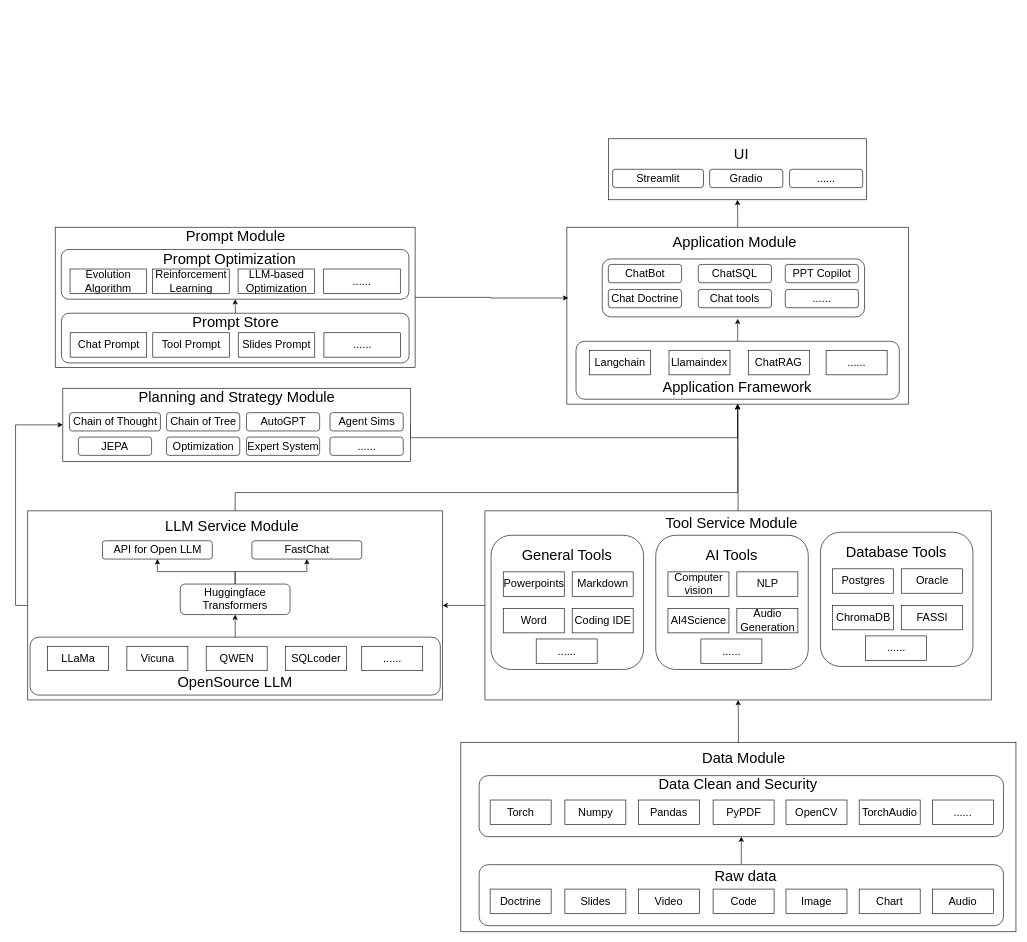
Before: Untitled Diagram.drawio in RalphKang/RalphKang.github.io, a draw.io diagram. Source tidied: cells renumbered, new cells numbered last; positions are measured from the earlier drawing's top-left corner, leaving out a move shared by most shapes. Both pictures are drawn from the tidied source at 61%, with x=0, y=0 at pixel (27, 138).
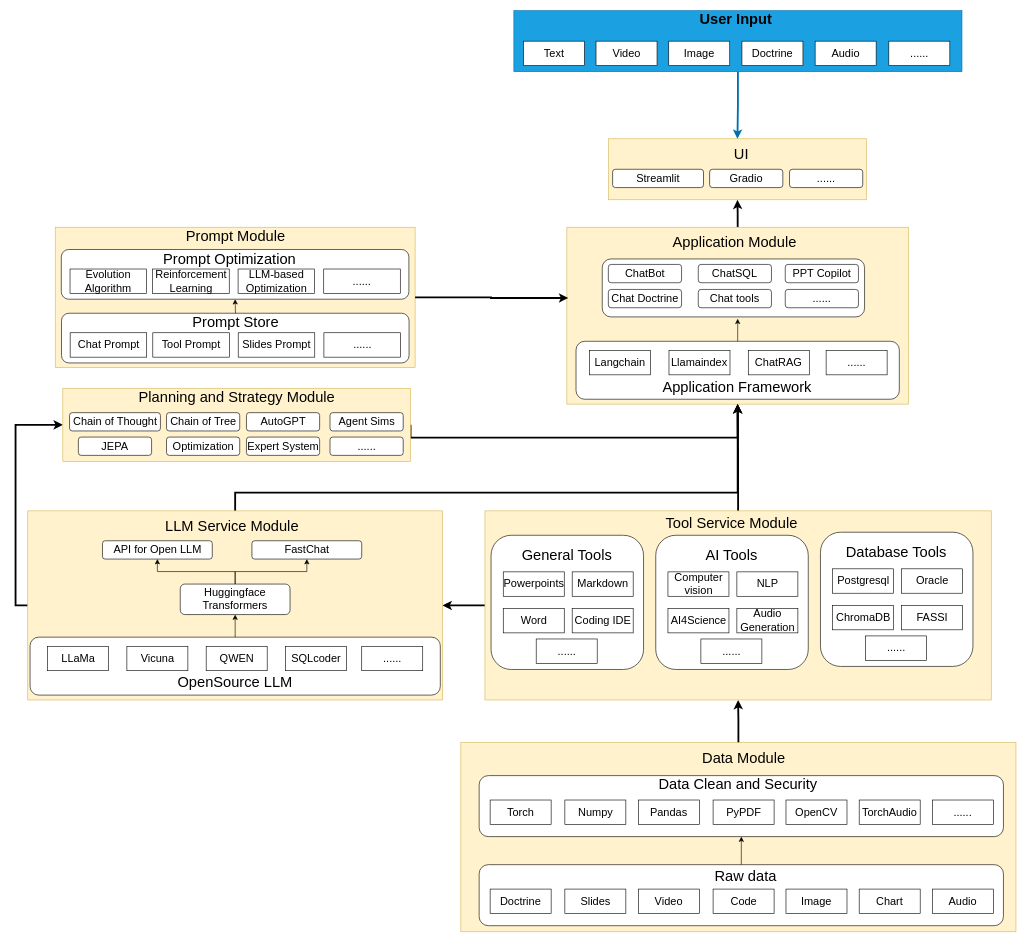
The same page after the edit.

The edit, as a diff of the source:
```diff
@@
+    <mxCell id="115" style="edgeStyle=orthogonalEdgeStyle;rounded=0;jettySize=auto;html=1;exitX=0.5;exitY=1;exitDx=0;exitDy=0;entryX=0.5;entryY=0;entryDx=0;entryDy=0;strokeWidth=3;fillColor=#1ba1e2;strokeColor=#006EAF;" parent="1" edge="1" source="116" target="96">
+      <mxGeometry relative="1" as="geometry" />
+    </mxCell>
+    <mxCell id="116" style="rounded=0;whiteSpace=wrap;html=1;fillColor=#1ba1e2;strokeColor=#006EAF;fontColor=#ffffff;" parent="1" vertex="1">
+      <mxGeometry x="796.9" y="-210" width="734.6" height="100" as="geometry" />
+    </mxCell>
-    <mxCell id="2" style="rounded=0;whiteSpace=wrap;html=1;" parent="1" vertex="1">
+    <mxCell id="2" style="rounded=0;whiteSpace=wrap;html=1;fillColor=#fff2cc;strokeColor=#d6b656;" parent="1" vertex="1">
       <mxGeometry x="45" y="145" width="590" height="230" as="geometry" />
     </mxCell>
@@
-    <mxCell id="4" style="edgeStyle=orthogonalEdgeStyle;rounded=0;jettySize=auto;html=1;exitX=0.5;exitY=0;exitDx=0;exitDy=0;" parent="1" edge="1" source="5" target="10">
+    <mxCell id="4" style="edgeStyle=orthogonalEdgeStyle;rounded=0;jettySize=auto;html=1;exitX=0.5;exitY=0;exitDx=0;exitDy=0;strokeWidth=3;" parent="1" edge="1" source="5" target="10">
       <mxGeometry relative="1" as="geometry" />
     </mxCell>
-    <mxCell id="5" style="rounded=0;whiteSpace=wrap;html=1;" parent="1" vertex="1">
+    <mxCell id="5" style="rounded=0;whiteSpace=wrap;html=1;fillColor=#fff2cc;strokeColor=#d6b656;" parent="1" vertex="1">
       <mxGeometry x="710" y="990" width="910" height="310" as="geometry" />
     </mxCell>
@@
-    <mxCell id="8" style="edgeStyle=orthogonalEdgeStyle;rounded=0;jettySize=auto;html=1;exitX=0;exitY=0.5;exitDx=0;exitDy=0;entryX=1;entryY=0.5;entryDx=0;entryDy=0;" parent="1" edge="1" source="10" target="17">
+    <mxCell id="8" style="edgeStyle=orthogonalEdgeStyle;rounded=0;jettySize=auto;html=1;exitX=0;exitY=0.5;exitDx=0;exitDy=0;entryX=1;entryY=0.5;entryDx=0;entryDy=0;strokeWidth=3;" parent="1" edge="1" source="10" target="17">
       <mxGeometry relative="1" as="geometry" />
     </mxCell>
-    <mxCell id="9" style="edgeStyle=orthogonalEdgeStyle;rounded=0;jettySize=auto;html=1;exitX=0.5;exitY=0;exitDx=0;exitDy=0;entryX=0.5;entryY=1;entryDx=0;entryDy=0;" parent="1" edge="1" source="10" target="13">
+    <mxCell id="9" style="edgeStyle=orthogonalEdgeStyle;rounded=0;jettySize=auto;html=1;exitX=0.5;exitY=0;exitDx=0;exitDy=0;entryX=0.5;entryY=1;entryDx=0;entryDy=0;strokeWidth=3;" parent="1" edge="1" source="10" target="13">
       <mxGeometry relative="1" as="geometry" />
     </mxCell>
-    <mxCell id="10" style="rounded=0;whiteSpace=wrap;html=1;" parent="1" vertex="1">
+    <mxCell id="10" style="rounded=0;whiteSpace=wrap;html=1;fillColor=#fff2cc;strokeColor=#d6b656;" parent="1" vertex="1">
       <mxGeometry x="749.5" y="610" width="830" height="310" as="geometry" />
     </mxCell>
@@
-    <mxCell id="12" style="edgeStyle=orthogonalEdgeStyle;rounded=0;jettySize=auto;html=1;exitX=0.5;exitY=0;exitDx=0;exitDy=0;" parent="1" edge="1" source="13" target="96">
+    <mxCell id="12" style="edgeStyle=orthogonalEdgeStyle;rounded=0;jettySize=auto;html=1;exitX=0.5;exitY=0;exitDx=0;exitDy=0;strokeWidth=3;" parent="1" edge="1" source="13" target="96">
       <mxGeometry relative="1" as="geometry" />
     </mxCell>
-    <mxCell id="13" style="rounded=0;whiteSpace=wrap;html=1;" parent="1" vertex="1">
+    <mxCell id="13" style="rounded=0;whiteSpace=wrap;html=1;fillColor=#fff2cc;strokeColor=#d6b656;" parent="1" vertex="1">
       <mxGeometry x="883.8" y="145" width="560" height="290" as="geometry" />
     </mxCell>
@@
-    <mxCell id="15" style="edgeStyle=orthogonalEdgeStyle;rounded=0;jettySize=auto;html=1;exitX=0.5;exitY=0;exitDx=0;exitDy=0;entryX=0.5;entryY=1;entryDx=0;entryDy=0;" parent="1" edge="1" source="17" target="13">
+    <mxCell id="15" style="edgeStyle=orthogonalEdgeStyle;rounded=0;jettySize=auto;html=1;exitX=0.5;exitY=0;exitDx=0;exitDy=0;entryX=0.5;entryY=1;entryDx=0;entryDy=0;strokeWidth=3;" parent="1" edge="1" source="17" target="13">
       <mxGeometry relative="1" as="geometry">
         <Array as="points">
           <mxPoint x="340" y="580" />
           <mxPoint x="1164" y="580" />
         </Array>
       </mxGeometry>
     </mxCell>
-    <mxCell id="16" style="edgeStyle=orthogonalEdgeStyle;rounded=0;jettySize=auto;html=1;exitX=0;exitY=0.5;exitDx=0;exitDy=0;entryX=0;entryY=0.5;entryDx=0;entryDy=0;" parent="1" edge="1" source="17" target="86">
+    <mxCell id="16" style="edgeStyle=orthogonalEdgeStyle;rounded=0;jettySize=auto;html=1;exitX=0;exitY=0.5;exitDx=0;exitDy=0;entryX=0;entryY=0.5;entryDx=0;entryDy=0;strokeWidth=3;" parent="1" edge="1" source="17" target="86">
       <mxGeometry relative="1" as="geometry" />
     </mxCell>
-    <mxCell id="17" style="rounded=0;whiteSpace=wrap;html=1;" parent="1" vertex="1">
+    <mxCell id="17" style="rounded=0;whiteSpace=wrap;html=1;fillColor=#fff2cc;strokeColor=#d6b656;" parent="1" vertex="1">
       <mxGeometry y="610" width="680" height="310" as="geometry" />
     </mxCell>
@@
-    <mxCell id="61" value="&lt;span style=&quot;font-size: 18px;&quot;&gt;Postgres&lt;/span&gt;" style="rounded=0;whiteSpace=wrap;html=1;" parent="1" vertex="1">
+    <mxCell id="61" value="&lt;span style=&quot;font-size: 18px;&quot;&gt;Postgresql&lt;/span&gt;" style="rounded=0;whiteSpace=wrap;html=1;" parent="1" vertex="1">
       <mxGeometry x="1319.5" y="705" width="100" height="40" as="geometry" />
     </mxCell>
@@
-    <mxCell id="85" style="edgeStyle=orthogonalEdgeStyle;rounded=0;jettySize=auto;html=1;exitX=1;exitY=0.5;exitDx=0;exitDy=0;entryX=0.5;entryY=1;entryDx=0;entryDy=0;" parent="1" edge="1" source="86" target="13">
+    <mxCell id="85" style="edgeStyle=orthogonalEdgeStyle;rounded=0;jettySize=auto;html=1;exitX=1;exitY=0.5;exitDx=0;exitDy=0;entryX=0.5;entryY=1;entryDx=0;entryDy=0;strokeWidth=3;" parent="1" edge="1" source="86" target="13">
       <mxGeometry relative="1" as="geometry">
         <Array as="points">
           <mxPoint x="628" y="490" />
           <mxPoint x="1164" y="490" />
         </Array>
       </mxGeometry>
     </mxCell>
-    <mxCell id="86" style="rounded=0;whiteSpace=wrap;html=1;" parent="1" vertex="1">
+    <mxCell id="86" style="rounded=0;whiteSpace=wrap;html=1;fillColor=#fff2cc;strokeColor=#d6b656;" parent="1" vertex="1">
       <mxGeometry x="57.5" y="409" width="570" height="120" as="geometry" />
     </mxCell>
@@
-    <mxCell id="96" style="rounded=0;whiteSpace=wrap;html=1;" parent="1" vertex="1">
+    <mxCell id="96" style="rounded=0;whiteSpace=wrap;html=1;fillColor=#fff2cc;strokeColor=#d6b656;" parent="1" vertex="1">
       <mxGeometry x="952.2" width="422.5" height="100" as="geometry" />
     </mxCell>
@@
-    <mxCell id="114" style="edgeStyle=orthogonalEdgeStyle;rounded=0;jettySize=auto;html=1;exitX=1;exitY=0.5;exitDx=0;exitDy=0;entryX=0.004;entryY=0.4;entryDx=0;entryDy=0;entryPerimeter=0;" parent="1" edge="1" source="2" target="13">
+    <mxCell id="114" style="edgeStyle=orthogonalEdgeStyle;rounded=0;jettySize=auto;html=1;exitX=1;exitY=0.5;exitDx=0;exitDy=0;entryX=0.004;entryY=0.4;entryDx=0;entryDy=0;entryPerimeter=0;strokeWidth=3;" parent="1" edge="1" source="2" target="13">
       <mxGeometry relative="1" as="geometry" />
     </mxCell>
+    <mxCell id="117" value="&lt;span style=&quot;font-size: 18px;&quot;&gt;Text&lt;/span&gt;" style="rounded=0;whiteSpace=wrap;html=1;" parent="1" vertex="1">
+      <mxGeometry x="812.6" y="-160" width="100" height="40" as="geometry" />
+    </mxCell>
+    <mxCell id="118" value="&lt;span style=&quot;font-size: 18px;&quot;&gt;Video&lt;/span&gt;" style="rounded=0;whiteSpace=wrap;html=1;" parent="1" vertex="1">
+      <mxGeometry x="931.6" y="-160" width="100" height="40" as="geometry" />
+    </mxCell>
+    <mxCell id="119" value="&lt;span style=&quot;font-size: 18px;&quot;&gt;Image&lt;/span&gt;" style="rounded=0;whiteSpace=wrap;html=1;" parent="1" vertex="1">
+      <mxGeometry x="1050.8" y="-160" width="100" height="40" as="geometry" />
+    </mxCell>
+    <mxCell id="120" value="&lt;span style=&quot;font-size: 18px;&quot;&gt;Doctrine&lt;/span&gt;" style="rounded=0;whiteSpace=wrap;html=1;" parent="1" vertex="1">
+      <mxGeometry x="1170.8" y="-160" width="100" height="40" as="geometry" />
+    </mxCell>
+    <mxCell id="121" value="&lt;span style=&quot;font-size: 18px;&quot;&gt;Audio&lt;/span&gt;" style="rounded=0;whiteSpace=wrap;html=1;" parent="1" vertex="1">
+      <mxGeometry x="1290.8" y="-160" width="100" height="40" as="geometry" />
+    </mxCell>
+    <mxCell id="122" value="&lt;font style=&quot;font-size: 24px;&quot;&gt;&lt;b&gt;User Input&lt;/b&gt;&lt;/font&gt;" style="text;html=1;strokeColor=none;fillColor=none;align=center;verticalAlign=middle;whiteSpace=wrap;rounded=0;" parent="1" vertex="1">
+      <mxGeometry x="1098.1" y="-210" width="126" height="30" as="geometry" />
+    </mxCell>
+    <mxCell id="123" value="&lt;span style=&quot;font-size: 18px;&quot;&gt;......&lt;/span&gt;" style="rounded=0;whiteSpace=wrap;html=1;" parent="1" vertex="1">
+      <mxGeometry x="1411.6" y="-160" width="100" height="40" as="geometry" />
+    </mxCell>
```
